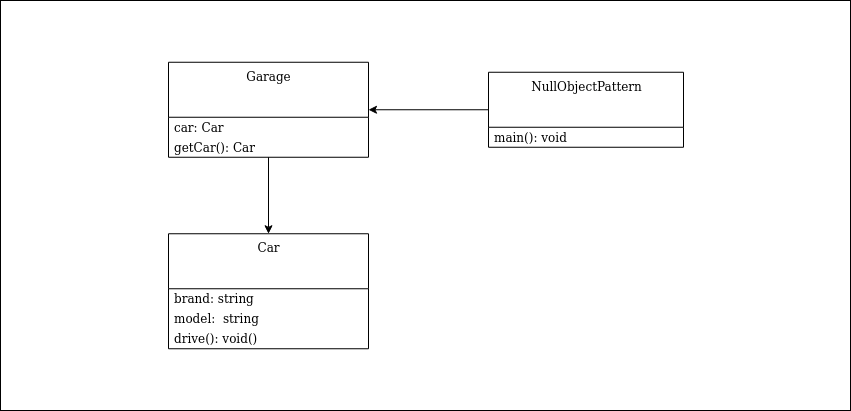
This is images/clean-code-error-handling/NullObjectPattern-1.png from GabrielSlima/blog, a draw.io export, as it was before one commit. Source tidied: cells renumbered, new cells last; positions are measured from the earlier drawing's top-left corner, leaving out a move shared by most shapes. Its diagram source:
```xml
<mxGraphModel>
  <root>
    <mxCell id="0" />
    <mxCell id="1" parent="0" />
    <mxCell id="2" style="rounded=0;whiteSpace=wrap;html=1;fillColor=none;" parent="1" vertex="1">
      <mxGeometry width="850" height="410" as="geometry" />
    </mxCell>
    <mxCell id="3" style="edgeStyle=orthogonalEdgeStyle;rounded=0;jettySize=auto;html=1;fontColor=#000000;" parent="1" edge="1" source="4" target="7">
      <mxGeometry relative="1" as="geometry" />
    </mxCell>
    <mxCell id="4" value="Garage" style="swimlane;fontStyle=0;align=center;verticalAlign=top;horizontal=1;startSize=55;html=1;" parent="1" vertex="1">
      <mxGeometry x="168" y="61.8" width="200" height="95" as="geometry" />
    </mxCell>
    <mxCell id="5" value="&lt;div&gt;car: Car&lt;/div&gt;" style="text;html=1;strokeColor=none;fillColor=none;align=left;verticalAlign=middle;spacingLeft=4;spacingRight=4;overflow=hidden;" parent="4" vertex="1">
      <mxGeometry y="55" width="200" height="20" as="geometry" />
    </mxCell>
    <mxCell id="6" value="&lt;div&gt;getCar(): Car&lt;/div&gt;" style="text;html=1;strokeColor=none;fillColor=none;align=left;verticalAlign=middle;spacingLeft=4;spacingRight=4;overflow=hidden;" parent="4" vertex="1">
      <mxGeometry y="75" width="200" height="20" as="geometry" />
    </mxCell>
    <mxCell id="7" value="Car" style="swimlane;fontStyle=0;align=center;verticalAlign=top;horizontal=1;startSize=55;html=1;" parent="1" vertex="1">
      <mxGeometry x="168" y="233.2" width="200" height="115" as="geometry" />
    </mxCell>
    <mxCell id="8" value="brand: string" style="text;html=1;strokeColor=none;fillColor=none;align=left;verticalAlign=middle;spacingLeft=4;spacingRight=4;overflow=hidden;" parent="7" vertex="1">
      <mxGeometry y="55" width="200" height="20" as="geometry" />
    </mxCell>
    <mxCell id="9" value="&lt;div&gt;model:&amp;nbsp; string&lt;/div&gt;" style="text;html=1;strokeColor=none;fillColor=none;align=left;verticalAlign=middle;spacingLeft=4;spacingRight=4;overflow=hidden;" parent="7" vertex="1">
      <mxGeometry y="75" width="200" height="20" as="geometry" />
    </mxCell>
    <mxCell id="10" value="&lt;div&gt;drive(): void()&lt;/div&gt;" style="text;html=1;strokeColor=none;fillColor=none;align=left;verticalAlign=middle;spacingLeft=4;spacingRight=4;overflow=hidden;" parent="7" vertex="1">
      <mxGeometry y="95" width="200" height="20" as="geometry" />
    </mxCell>
    <mxCell id="11" style="edgeStyle=orthogonalEdgeStyle;rounded=0;jettySize=auto;html=1;entryX=1;entryY=0.5;entryDx=0;entryDy=0;fontColor=#000000;" parent="1" edge="1" source="12" target="4">
      <mxGeometry relative="1" as="geometry" />
    </mxCell>
    <mxCell id="12" value="NullObjectPattern" style="swimlane;fontStyle=0;align=center;verticalAlign=top;horizontal=1;startSize=55;html=1;" parent="1" vertex="1">
      <mxGeometry x="488" y="71.8" width="195" height="75" as="geometry" />
    </mxCell>
    <mxCell id="13" value="&lt;div&gt;main(): void&lt;/div&gt;" style="text;html=1;strokeColor=none;fillColor=none;align=left;verticalAlign=middle;spacingLeft=4;spacingRight=4;overflow=hidden;" parent="12" vertex="1">
      <mxGeometry y="55" width="195" height="20" as="geometry" />
    </mxCell>
  </root>
</mxGraphModel>
```
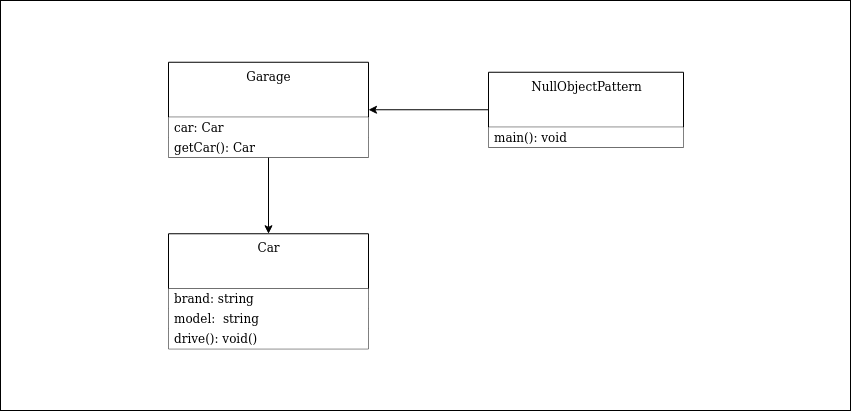
After the change.

Change to the diagram source:
```diff
@@ -11,22 +11,22 @@
     <mxCell id="4" value="Garage" style="swimlane;fontStyle=0;align=center;verticalAlign=top;horizontal=1;startSize=55;html=1;" parent="1" vertex="1">
       <mxGeometry x="168" y="61.8" width="200" height="95" as="geometry" />
     </mxCell>
-    <mxCell id="5" value="&lt;div&gt;car: Car&lt;/div&gt;" style="text;html=1;strokeColor=none;fillColor=none;align=left;verticalAlign=middle;spacingLeft=4;spacingRight=4;overflow=hidden;" parent="4" vertex="1">
+    <mxCell id="5" value="&lt;div&gt;car: Car&lt;/div&gt;" style="text;html=1;strokeColor=none;align=left;verticalAlign=middle;spacingLeft=4;spacingRight=4;overflow=hidden;fillColor=#ffffff;" parent="4" vertex="1">
       <mxGeometry y="55" width="200" height="20" as="geometry" />
     </mxCell>
-    <mxCell id="6" value="&lt;div&gt;getCar(): Car&lt;/div&gt;" style="text;html=1;strokeColor=none;fillColor=none;align=left;verticalAlign=middle;spacingLeft=4;spacingRight=4;overflow=hidden;" parent="4" vertex="1">
+    <mxCell id="6" value="&lt;div&gt;getCar(): Car&lt;/div&gt;" style="text;html=1;strokeColor=none;align=left;verticalAlign=middle;spacingLeft=4;spacingRight=4;overflow=hidden;fillColor=#ffffff;" parent="4" vertex="1">
       <mxGeometry y="75" width="200" height="20" as="geometry" />
     </mxCell>
     <mxCell id="7" value="Car" style="swimlane;fontStyle=0;align=center;verticalAlign=top;horizontal=1;startSize=55;html=1;" parent="1" vertex="1">
       <mxGeometry x="168" y="233.2" width="200" height="115" as="geometry" />
     </mxCell>
-    <mxCell id="8" value="brand: string" style="text;html=1;strokeColor=none;fillColor=none;align=left;verticalAlign=middle;spacingLeft=4;spacingRight=4;overflow=hidden;" parent="7" vertex="1">
+    <mxCell id="8" value="brand: string" style="text;html=1;strokeColor=none;align=left;verticalAlign=middle;spacingLeft=4;spacingRight=4;overflow=hidden;fillColor=#ffffff;" parent="7" vertex="1">
       <mxGeometry y="55" width="200" height="20" as="geometry" />
     </mxCell>
-    <mxCell id="9" value="&lt;div&gt;model:&amp;nbsp; string&lt;/div&gt;" style="text;html=1;strokeColor=none;fillColor=none;align=left;verticalAlign=middle;spacingLeft=4;spacingRight=4;overflow=hidden;" parent="7" vertex="1">
+    <mxCell id="9" value="&lt;div&gt;model:&amp;nbsp; string&lt;/div&gt;" style="text;html=1;strokeColor=none;align=left;verticalAlign=middle;spacingLeft=4;spacingRight=4;overflow=hidden;fillColor=#ffffff;" parent="7" vertex="1">
       <mxGeometry y="75" width="200" height="20" as="geometry" />
     </mxCell>
-    <mxCell id="10" value="&lt;div&gt;drive(): void()&lt;/div&gt;" style="text;html=1;strokeColor=none;fillColor=none;align=left;verticalAlign=middle;spacingLeft=4;spacingRight=4;overflow=hidden;" parent="7" vertex="1">
+    <mxCell id="10" value="&lt;div&gt;drive(): void()&lt;/div&gt;" style="text;html=1;strokeColor=none;align=left;verticalAlign=middle;spacingLeft=4;spacingRight=4;overflow=hidden;fillColor=#ffffff;" parent="7" vertex="1">
       <mxGeometry y="95" width="200" height="20" as="geometry" />
     </mxCell>
     <mxCell id="11" style="edgeStyle=orthogonalEdgeStyle;rounded=0;jettySize=auto;html=1;entryX=1;entryY=0.5;entryDx=0;entryDy=0;fontColor=#000000;" parent="1" edge="1" source="12" target="4">
@@ -35,7 +35,7 @@
     <mxCell id="12" value="NullObjectPattern" style="swimlane;fontStyle=0;align=center;verticalAlign=top;horizontal=1;startSize=55;html=1;" parent="1" vertex="1">
       <mxGeometry x="488" y="71.8" width="195" height="75" as="geometry" />
     </mxCell>
-    <mxCell id="13" value="&lt;div&gt;main(): void&lt;/div&gt;" style="text;html=1;strokeColor=none;fillColor=none;align=left;verticalAlign=middle;spacingLeft=4;spacingRight=4;overflow=hidden;" parent="12" vertex="1">
+    <mxCell id="13" value="&lt;div&gt;main(): void&lt;/div&gt;" style="text;html=1;strokeColor=none;align=left;verticalAlign=middle;spacingLeft=4;spacingRight=4;overflow=hidden;fillColor=#ffffff;" parent="12" vertex="1">
       <mxGeometry y="55" width="195" height="20" as="geometry" />
     </mxCell>
   </root>
```
